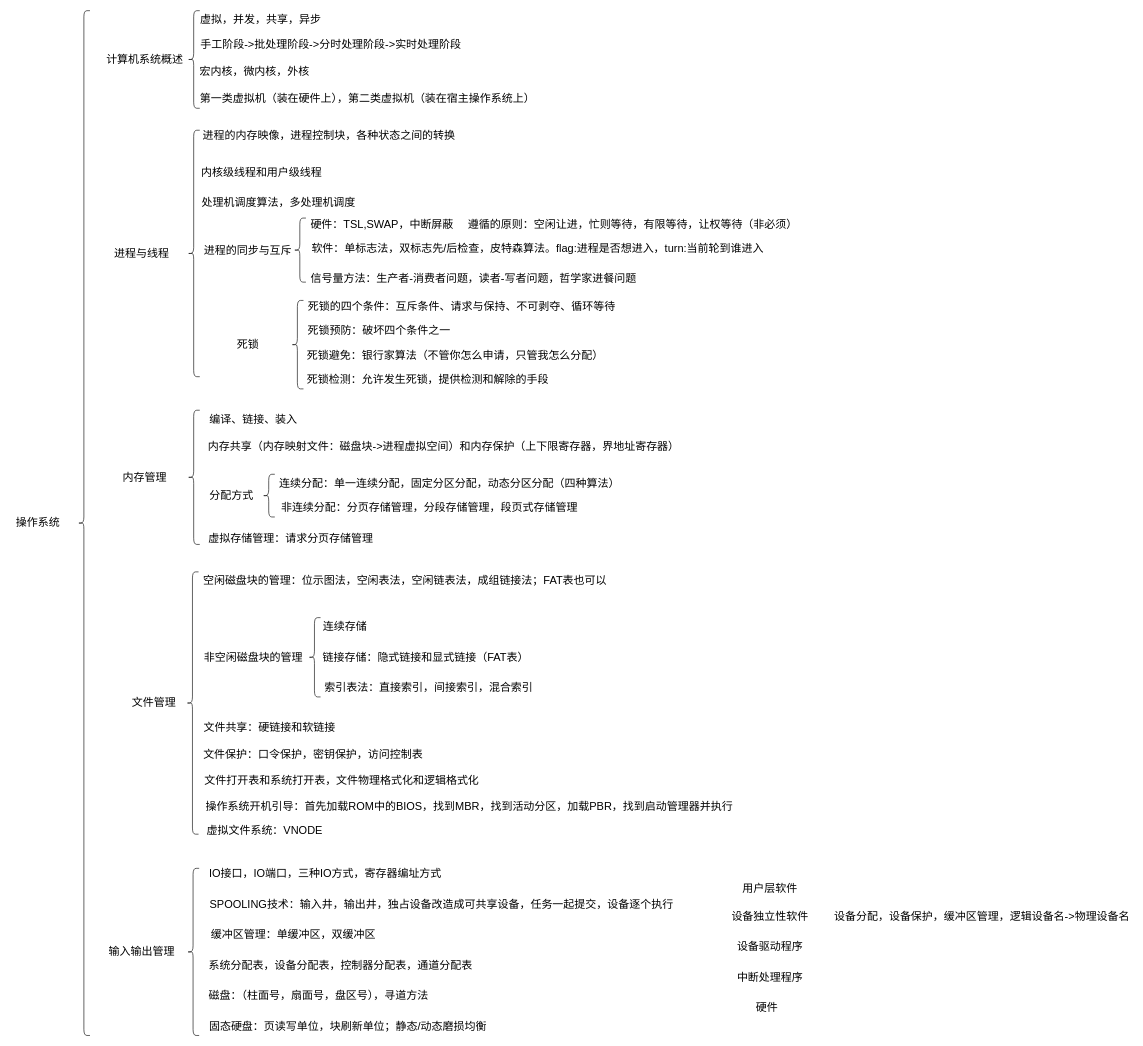
The draw.io diagram page "第 7 页" (6 of 7) of 操作系统.drawio in 2968392441/draw, before the edit. Source tidied: cells renumbered, new cells numbered last; positions are measured from the earlier drawing's top-left corner, leaving out a move shared by most shapes. Both pictures are drawn from the tidied source at 61%, with x=0, y=0 at pixel (10, 10).
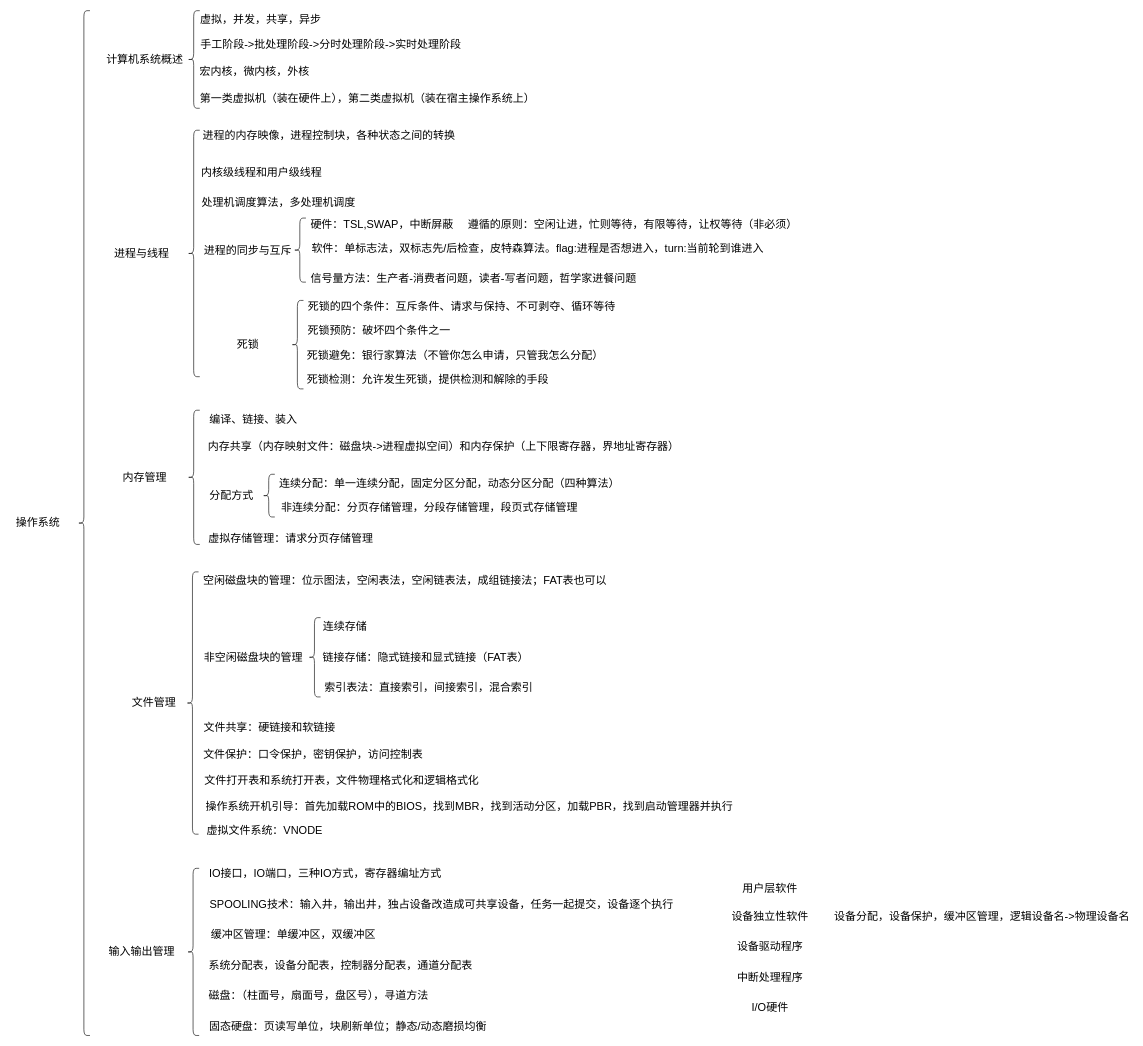
The same page after the edit.

Commit message:
更新操作系统.drawio

Unchanged cells that the change refers to:
```xml
<mxCell id="50" style="group;" parent="1" vertex="1">
  <mxGeometry x="1175" y="1420" width="140" height="230" as="geometry" />
</mxCell>
```

The edit, as a diff of the source:
```diff
@@
-    <mxCell id="51" value="&lt;font style=&quot;font-size: 18px;&quot;&gt;硬件&lt;/font&gt;" style="text;html=1;whiteSpace=wrap;strokeColor=none;fillColor=none;align=center;verticalAlign=middle;rounded=0;" parent="50" vertex="1">
-      <mxGeometry x="20" y="200" width="90" height="30" as="geometry" />
+    <mxCell id="51" value="&lt;font style=&quot;font-size: 18px;&quot;&gt;I/O硬件&lt;/font&gt;" style="text;html=1;whiteSpace=wrap;strokeColor=none;fillColor=none;align=center;verticalAlign=middle;rounded=0;" parent="50" vertex="1">
+      <mxGeometry x="25" y="200" width="90" height="30" as="geometry" />
     </mxCell>
```
